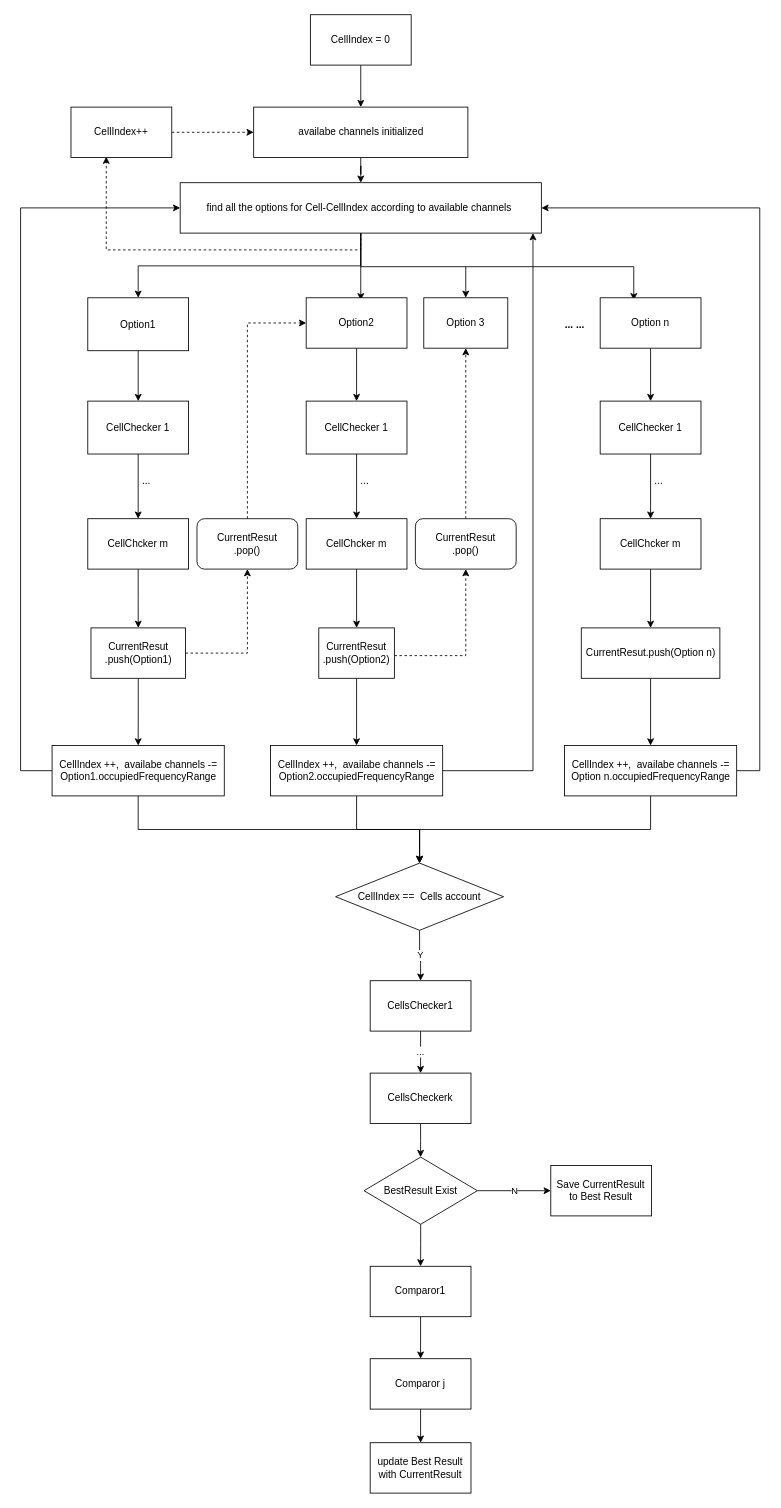
The draw.io diagram 递归.drawio in xdlhzdh/drawio, before the edit. Source tidied: cells renumbered, new cells numbered last; positions are measured from the earlier drawing's top-left corner, leaving out a move shared by most shapes. Both pictures are drawn from the tidied source at 84%, with x=0, y=0 at pixel (20, 14).
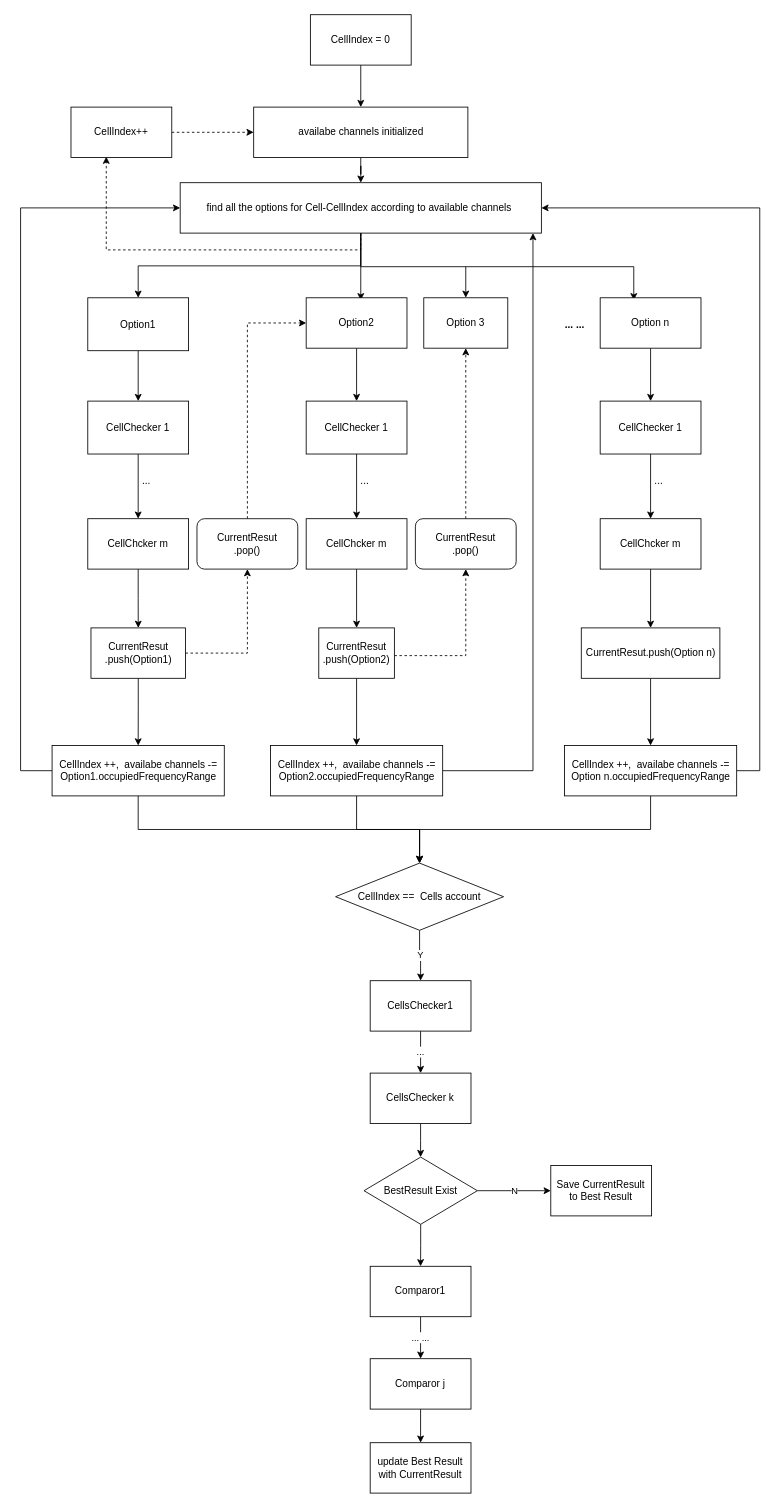
The same diagram, later.

The change refers to these unchanged cells:
```xml
<mxCell id="58" value="Comparor1" style="rounded=0;whiteSpace=wrap;html=1;" parent="1" vertex="1">
  <mxGeometry x="416.2" y="1490" width="120" height="60" as="geometry" />
</mxCell>
<mxCell id="60" value="Comparor j" style="whiteSpace=wrap;html=1;rounded=0;" parent="1" vertex="1">
  <mxGeometry x="416.2" y="1600" width="120" height="60" as="geometry" />
</mxCell>
```

Diff of the diagram source:
```diff
@@
-    <mxCell id="52" value="CellsCheckerk" style="whiteSpace=wrap;html=1;rounded=0;" parent="1" vertex="1">
+    <mxCell id="52" value="CellsChecker k" style="whiteSpace=wrap;html=1;rounded=0;" parent="1" vertex="1">
       <mxGeometry x="416.2" y="1260" width="120" height="60" as="geometry" />
     </mxCell>
@@
-    <mxCell id="57" style="edgeStyle=orthogonalEdgeStyle;rounded=0;jettySize=auto;html=1;" parent="1" edge="1" source="58" target="60">
+    <mxCell id="57" value="... ..." style="edgeStyle=orthogonalEdgeStyle;rounded=0;jettySize=auto;html=1;" parent="1" edge="1" source="58" target="60">
       <mxGeometry relative="1" as="geometry" />
     </mxCell>
```
